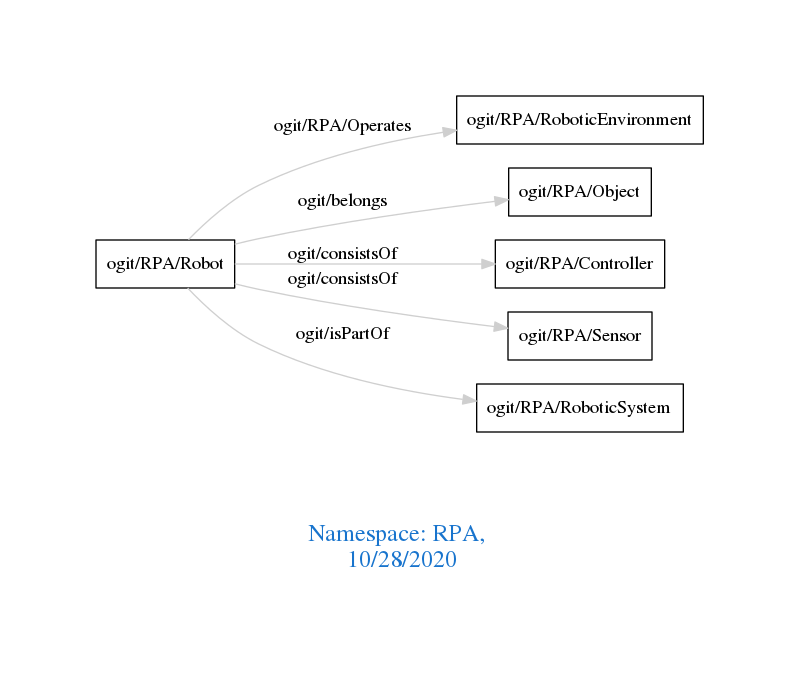
Above: downloads/RPA.png in arago/OGIT (Graphviz), before the change. Its source is kept beside it as downloads/RPA.dot.
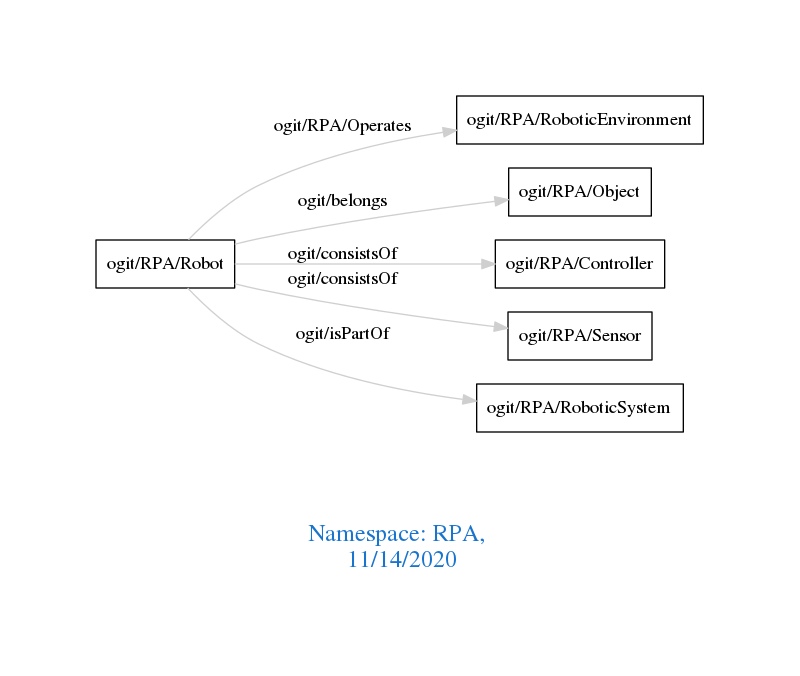
After the commit.

The edit, as a diff of the source:
```diff
@@ -1,7 +1,7 @@
 digraph OGIT_ontology {
  graph [ rankdir= LR,pad=1
 fontsize = 18,
-fontcolor= dodgerblue3,label = "\n\n\nNamespace: RPA, \n 10/28/2020"];
+fontcolor= dodgerblue3,label = "\n\n\nNamespace: RPA, \n 11/14/2020"];
 node[shape=polygon];
 edge [  color="gray81"];
 
```
